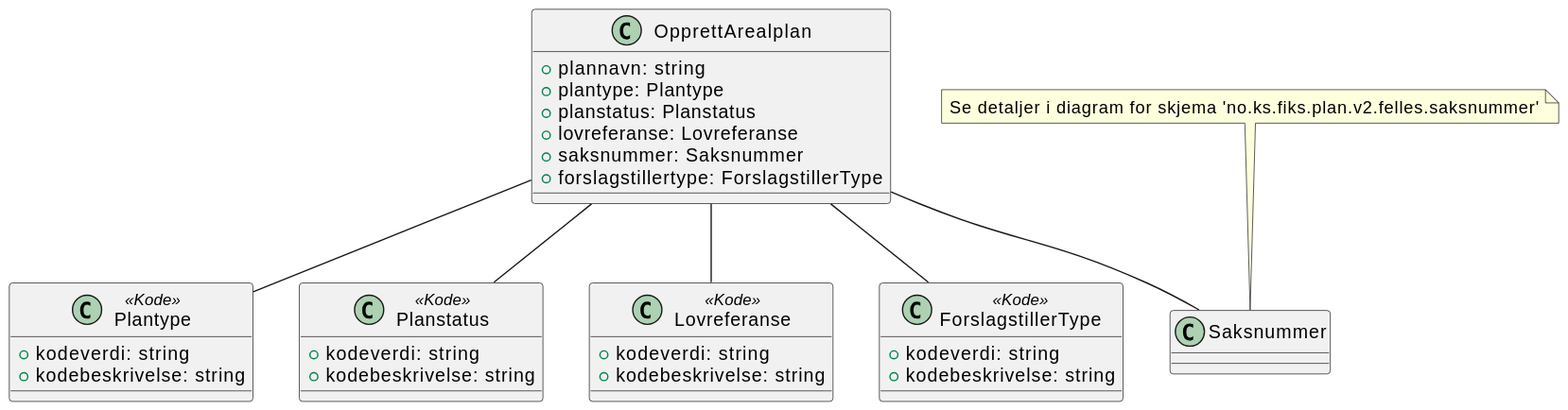
Before: Dokumentasjon/V2/ClassDiagrams/no.ks.fiks.plan.v2.oppdatering.arealplan.opprett/arealplan-opprett.svg, a diagram exported from PlantUML (ks-no/fiks-plan-specification).
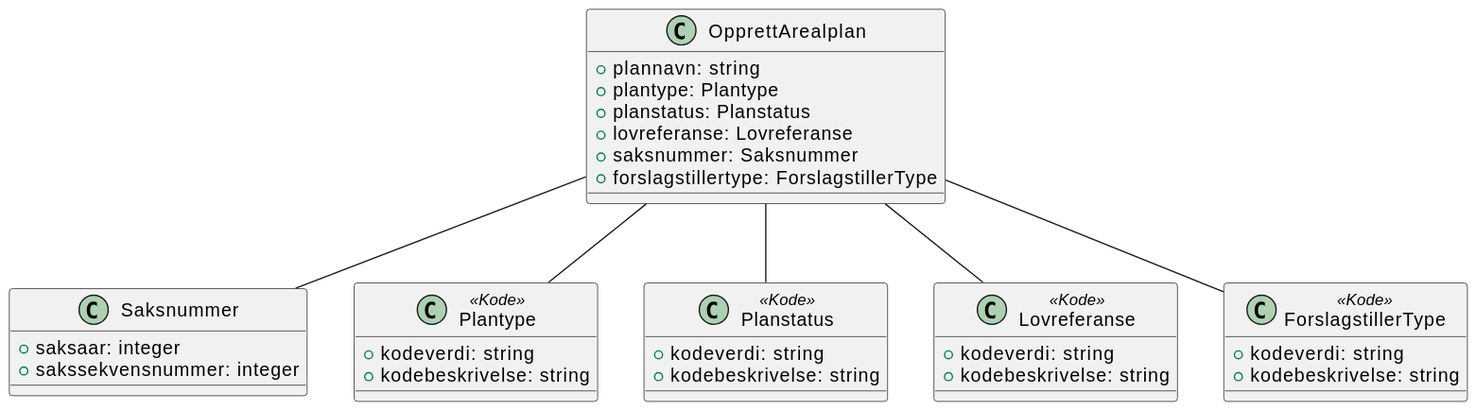
After the commit.

The edit, as a diff of the source:
```diff
@@ -1,4 +1,6 @@
 @startuml
+!include ./../no.ks.fiks.plan.v2.felles.saksnummer/saksnummer.pu
+
 class OpprettArealplan {
     +plannavn: string
     +plantype: Plantype
@@ -33,6 +35,4 @@
 OpprettArealplan -- Lovreferanse
 OpprettArealplan -- ForslagstillerType
 OpprettArealplan -- Saksnummer
-
-note top of Saksnummer : Se detaljer i diagram for skjema 'no.ks.fiks.plan.v2.felles.saksnummer'
 @enduml
```
